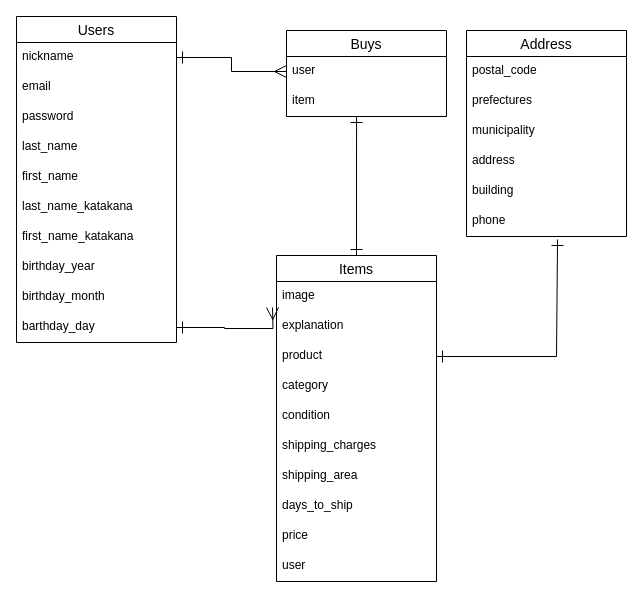
Above: furima.dio in uttsu0021/furima-30982 (draw.io), before the change. Source tidied: cells renumbered, new cells numbered last; positions are measured from the earlier drawing's top-left corner, leaving out a move shared by most shapes. Both pictures are drawn from the tidied source at 100%, with x=0, y=0 at pixel (16, 16).
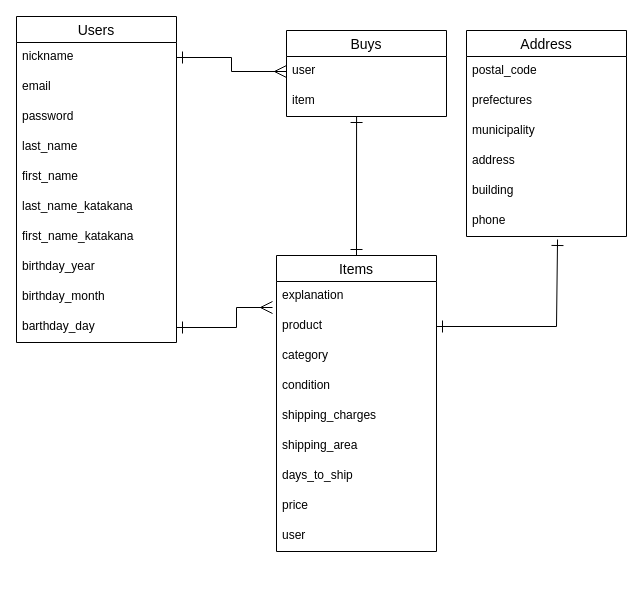
The same page after the edit.

Commit message (it also covers changes not shown here):
データベース設計修正

Unchanged cells that the change refers to:
```xml
<mxCell id="12" value="barthday_day" style="text;strokeColor=none;fillColor=none;spacingLeft=4;spacingRight=4;overflow=hidden;points=[[0,0.5],[1,0.5]];portConstraint=eastwest;fontSize=12;" parent="2" vertex="1">
  <mxGeometry y="296" width="160" height="30" as="geometry" />
</mxCell>
<mxCell id="34" value="phone" style="text;strokeColor=none;fillColor=none;spacingLeft=4;spacingRight=4;overflow=hidden;points=[[0,0.5],[1,0.5]];portConstraint=eastwest;fontSize=12;" parent="28" vertex="1">
  <mxGeometry y="176" width="160" height="30" as="geometry" />
</mxCell>
```

The edit, as a diff of the source:
```diff
@@
     <mxCell id="14" value="Items" style="swimlane;fontStyle=0;horizontal=1;startSize=26;align=center;fontSize=14;" parent="1" vertex="1">
-      <mxGeometry x="260" y="239" width="160" height="326" as="geometry" />
+      <mxGeometry x="260" y="239" width="160" height="296" as="geometry" />
     </mxCell>
-    <mxCell id="15" value="image" style="text;strokeColor=none;fillColor=none;spacingLeft=4;spacingRight=4;overflow=hidden;fontSize=12;" parent="14" vertex="1">
-      <mxGeometry y="26" width="160" height="30" as="geometry" />
-    </mxCell>
     <mxCell id="16" value="explanation" style="text;strokeColor=none;fillColor=none;spacingLeft=4;spacingRight=4;overflow=hidden;fontSize=12;" parent="14" vertex="1">
-      <mxGeometry y="56" width="160" height="30" as="geometry" />
+      <mxGeometry y="26" width="160" height="30" as="geometry" />
     </mxCell>
     <mxCell id="17" value="product" style="text;strokeColor=none;fillColor=none;spacingLeft=4;spacingRight=4;overflow=hidden;points=[[0,0.5],[1,0.5]];portConstraint=eastwest;fontSize=12;" parent="14" vertex="1">
-      <mxGeometry y="86" width="160" height="30" as="geometry" />
+      <mxGeometry y="56" width="160" height="30" as="geometry" />
     </mxCell>
     <mxCell id="18" value="category" style="text;strokeColor=none;fillColor=none;spacingLeft=4;spacingRight=4;overflow=hidden;fontSize=12;" parent="14" vertex="1">
-      <mxGeometry y="116" width="160" height="30" as="geometry" />
+      <mxGeometry y="86" width="160" height="30" as="geometry" />
     </mxCell>
     <mxCell id="19" value="condition" style="text;strokeColor=none;fillColor=none;spacingLeft=4;spacingRight=4;overflow=hidden;fontSize=12;" parent="14" vertex="1">
-      <mxGeometry y="146" width="160" height="30" as="geometry" />
+      <mxGeometry y="116" width="160" height="30" as="geometry" />
     </mxCell>
     <mxCell id="20" value="shipping_charges" style="text;strokeColor=none;fillColor=none;spacingLeft=4;spacingRight=4;overflow=hidden;fontSize=12;" parent="14" vertex="1">
-      <mxGeometry y="176" width="160" height="30" as="geometry" />
+      <mxGeometry y="146" width="160" height="30" as="geometry" />
     </mxCell>
     <mxCell id="21" value="shipping_area" style="text;strokeColor=none;fillColor=none;spacingLeft=4;spacingRight=4;overflow=hidden;fontSize=12;" parent="14" vertex="1">
-      <mxGeometry y="206" width="160" height="30" as="geometry" />
+      <mxGeometry y="176" width="160" height="30" as="geometry" />
     </mxCell>
     <mxCell id="22" value="days_to_ship" style="text;strokeColor=none;fillColor=none;spacingLeft=4;spacingRight=4;overflow=hidden;fontSize=12;" parent="14" vertex="1">
-      <mxGeometry y="236" width="160" height="30" as="geometry" />
+      <mxGeometry y="206" width="160" height="30" as="geometry" />
     </mxCell>
     <mxCell id="23" value="price" style="text;strokeColor=none;fillColor=none;spacingLeft=4;spacingRight=4;overflow=hidden;fontSize=12;" parent="14" vertex="1">
-      <mxGeometry y="266" width="160" height="30" as="geometry" />
+      <mxGeometry y="236" width="160" height="30" as="geometry" />
     </mxCell>
     <mxCell id="24" value="user" style="text;strokeColor=none;fillColor=none;spacingLeft=4;spacingRight=4;overflow=hidden;fontSize=12;" parent="14" vertex="1">
-      <mxGeometry y="296" width="160" height="30" as="geometry" />
+      <mxGeometry y="266" width="160" height="30" as="geometry" />
     </mxCell>
@@
     <mxCell id="36" style="edgeStyle=orthogonalEdgeStyle;rounded=0;jettySize=auto;html=1;exitX=1;exitY=0.5;exitDx=0;exitDy=0;startArrow=ERone;startFill=0;startSize=10;endArrow=ERmany;endFill=0;endSize=10;" parent="1" edge="1" source="12">
       <mxGeometry relative="1" as="geometry">
         <mxPoint x="256" y="291" as="targetPoint" />
+        <Array as="points">
+          <mxPoint x="220" y="311" />
+          <mxPoint x="220" y="291" />
+        </Array>
       </mxGeometry>
     </mxCell>
     <mxCell id="37" style="edgeStyle=orthogonalEdgeStyle;rounded=0;jettySize=auto;html=1;exitX=1;exitY=0.5;exitDx=0;exitDy=0;startArrow=ERone;startFill=0;startSize=10;endArrow=ERone;endFill=0;endSize=10;entryX=0.569;entryY=1.1;entryDx=0;entryDy=0;entryPerimeter=0;" parent="1" edge="1" source="17" target="34">
       <mxGeometry relative="1" as="geometry">
         <Array as="points">
-          <mxPoint x="540" y="340" />
+          <mxPoint x="540" y="310" />
         </Array>
       </mxGeometry>
     </mxCell>
```
